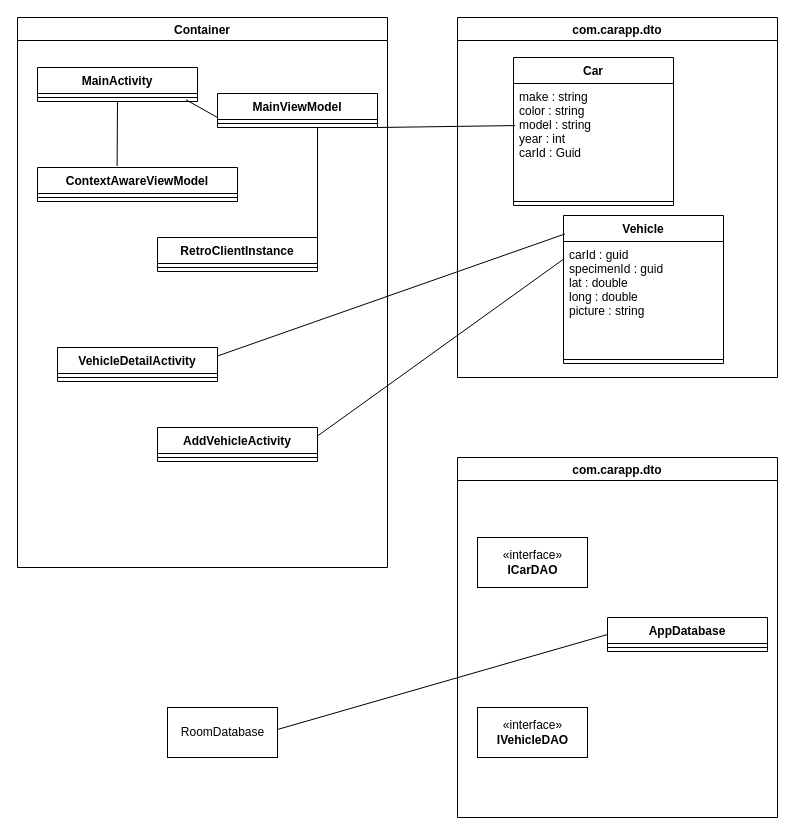
Sweeneri/IT2045C-FileIO-Example keeps this draw.io diagram as src/car-app.drawio. Above is the earlier version. Source tidied: cells renumbered, new cells numbered last; positions are measured from the earlier drawing's top-left corner, leaving out a move shared by most shapes. Both pictures are drawn from the tidied source at 100%, with x=0, y=0 at pixel (17, 17).
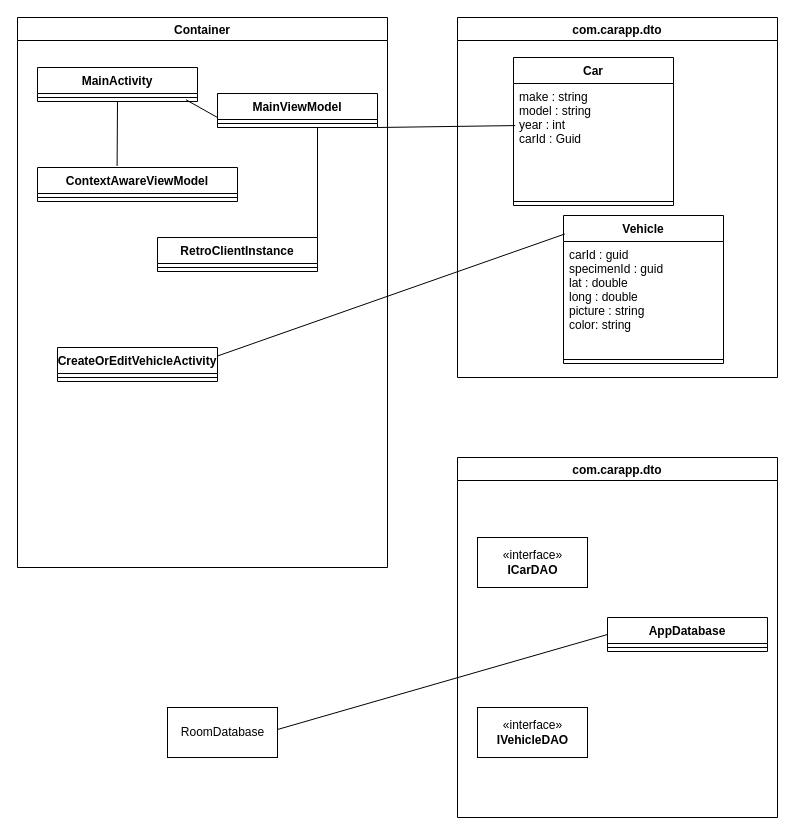
Above is the later version.

Unchanged cells that the change refers to:
```xml
<mxCell id="3" value="Car" style="swimlane;fontStyle=1;align=center;verticalAlign=top;horizontal=1;startSize=26;" parent="2" vertex="1">
  <mxGeometry x="56" y="40" width="160" height="148" as="geometry" />
</mxCell>
<mxCell id="6" value="Vehicle" style="swimlane;fontStyle=1;align=center;verticalAlign=top;horizontal=1;startSize=26;" parent="2" vertex="1">
  <mxGeometry x="106" y="198" width="160" height="148" as="geometry" />
</mxCell>
<mxCell id="9" value="Container" style="swimlane;" parent="1" vertex="1">
  <mxGeometry width="370" height="550" as="geometry" />
</mxCell>
```

Diff of the diagram source:
```diff
@@
-    <mxCell id="4" value="make : string&#10;color : string&#10;model : string&#10;year : int&#10;carId : Guid" style="text;strokeColor=none;fillColor=none;align=left;verticalAlign=top;spacingLeft=4;spacingRight=4;overflow=hidden;points=[[0,0.5],[1,0.5]];portConstraint=eastwest;" parent="3" vertex="1">
+    <mxCell id="4" value="make : string&#10;model : string&#10;year : int&#10;carId : Guid" style="text;strokeColor=none;fillColor=none;align=left;verticalAlign=top;spacingLeft=4;spacingRight=4;overflow=hidden;points=[[0,0.5],[1,0.5]];portConstraint=eastwest;" parent="3" vertex="1">
       <mxGeometry y="26" width="160" height="114" as="geometry" />
     </mxCell>
@@
-    <mxCell id="7" value="carId : guid&#10;specimenId : guid&#10;lat : double&#10;long : double&#10;picture : string" style="text;strokeColor=none;fillColor=none;align=left;verticalAlign=top;spacingLeft=4;spacingRight=4;overflow=hidden;points=[[0,0.5],[1,0.5]];portConstraint=eastwest;" parent="6" vertex="1">
+    <mxCell id="7" value="carId : guid&#10;specimenId : guid&#10;lat : double&#10;long : double&#10;picture : string&#10;color: string" style="text;strokeColor=none;fillColor=none;align=left;verticalAlign=top;spacingLeft=4;spacingRight=4;overflow=hidden;points=[[0,0.5],[1,0.5]];portConstraint=eastwest;" parent="6" vertex="1">
       <mxGeometry y="26" width="160" height="114" as="geometry" />
     </mxCell>
@@
-    <mxCell id="18" value="VehicleDetailActivity" style="swimlane;fontStyle=1;align=center;verticalAlign=top;horizontal=1;startSize=26;" parent="9" vertex="1">
+    <mxCell id="18" value="CreateOrEditVehicleActivity&#10;" style="swimlane;fontStyle=1;align=center;verticalAlign=top;horizontal=1;startSize=26;" parent="9" vertex="1">
       <mxGeometry x="40" y="330" width="160" height="34" as="geometry" />
     </mxCell>
@@
-    <mxCell id="20" value="AddVehicleActivity" style="swimlane;fontStyle=1;align=center;verticalAlign=top;horizontal=1;startSize=26;" parent="9" vertex="1">
-      <mxGeometry x="140" y="410" width="160" height="34" as="geometry" />
-    </mxCell>
-    <mxCell id="21" style="line;strokeWidth=1;fillColor=none;align=left;verticalAlign=middle;spacingTop=-1;spacingLeft=3;spacingRight=3;labelPosition=right;" parent="20" vertex="1">
-      <mxGeometry y="26" width="160" height="8" as="geometry" />
-    </mxCell>
@@
-    <mxCell id="26" style="endArrow=none;html=1;entryX=0.003;entryY=0.152;entryDx=0;entryDy=0;entryPerimeter=0;exitX=1;exitY=0.25;exitDx=0;exitDy=0;" parent="1" edge="1" source="20" target="7">
-      <mxGeometry relative="1" as="geometry" />
-    </mxCell>
```
